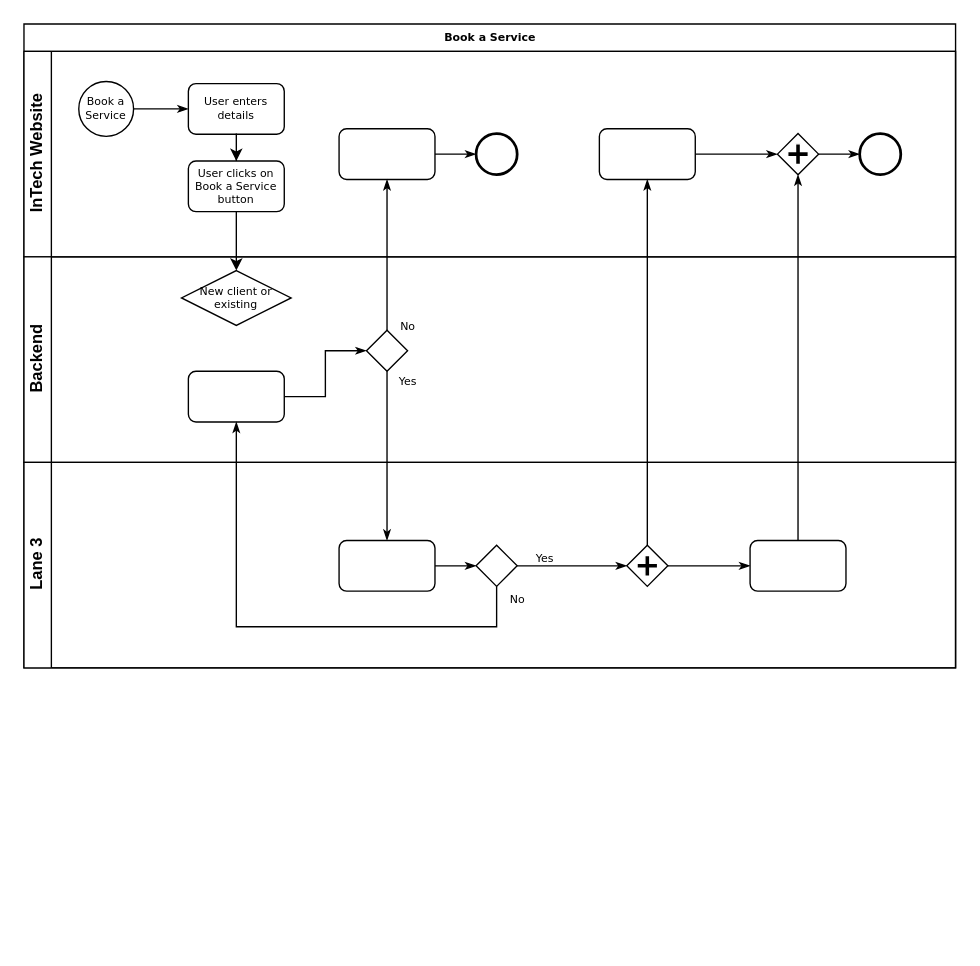
Srinithi-B/InTechDocumentation keeps this draw.io diagram as Untitled Diagram.drawio. Above is the earlier version. Source tidied: cells renumbered, new cells numbered last; positions are measured from the earlier drawing's top-left corner, leaving out a move shared by most shapes. Both pictures are drawn from the tidied source at 137%, with x=0, y=0 at pixel (23, 23).
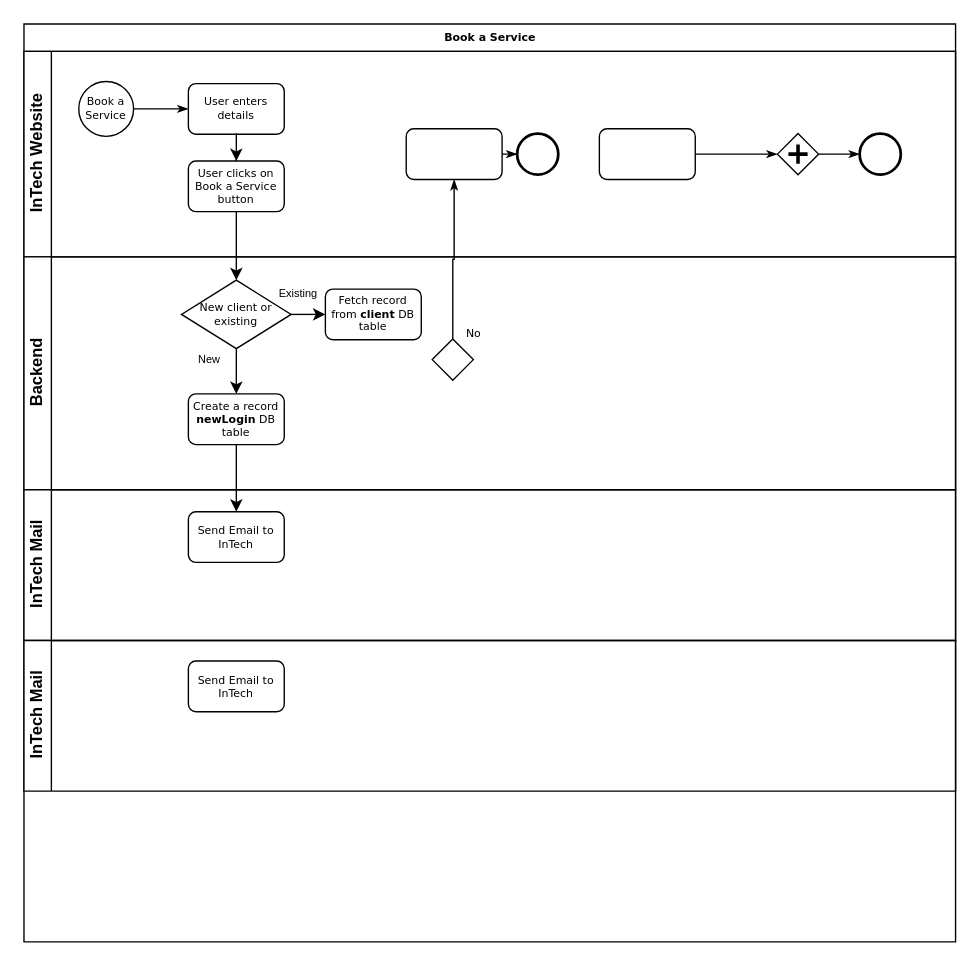
The same page after the edit.

The change refers to these unchanged cells:
```xml
<mxCell id="3" value="InTech Website" style="swimlane;html=1;startSize=20;horizontal=0;" parent="2" vertex="1">
  <mxGeometry y="20" width="680" height="150" as="geometry" />
</mxCell>
<mxCell id="12" style="rounded=1;whiteSpace=wrap;html=1;shadow=0;labelBackgroundColor=none;strokeWidth=1;fontFamily=Verdana;fontSize=8;align=center;" parent="3" vertex="1">
  <mxGeometry x="420" y="56.5" width="70" height="37" as="geometry" />
</mxCell>
<mxCell id="14" style="shape=mxgraph.bpmn.shape;html=1;verticalLabelPosition=bottom;labelBackgroundColor=#ffffff;verticalAlign=top;perimeter=rhombusPerimeter;background=gateway;outline=none;symbol=parallelGw;rounded=1;shadow=0;strokeWidth=1;fontFamily=Verdana;fontSize=8;align=center;" parent="3" vertex="1">
  <mxGeometry x="550" y="60" width="30" height="30" as="geometry" />
</mxCell>
```

Change to the diagram source:
```diff
@@
     <mxCell id="2" value="Book a Service" style="swimlane;html=1;horizontal=1;startSize=20;rounded=0;shadow=0;labelBackgroundColor=none;strokeWidth=1;fontFamily=Verdana;fontSize=8;align=center;" parent="1" vertex="1">
-      <mxGeometry width="680" height="470" as="geometry" />
+      <mxGeometry width="680" height="670" as="geometry" />
     </mxCell>
@@
     <mxCell id="9" style="rounded=1;whiteSpace=wrap;html=1;shadow=0;labelBackgroundColor=none;strokeWidth=1;fontFamily=Verdana;fontSize=8;align=center;" parent="3" vertex="1">
-      <mxGeometry x="230" y="56.5" width="70" height="37" as="geometry" />
+      <mxGeometry x="279" y="56.5" width="70" height="37" as="geometry" />
     </mxCell>
     <mxCell id="10" style="ellipse;whiteSpace=wrap;html=1;rounded=0;shadow=0;labelBackgroundColor=none;strokeWidth=2;fontFamily=Verdana;fontSize=8;align=center;" parent="3" vertex="1">
-      <mxGeometry x="330" y="60" width="30" height="30" as="geometry" />
+      <mxGeometry x="360" y="60" width="30" height="30" as="geometry" />
     </mxCell>
@@
     <mxCell id="18" value="Backend" style="swimlane;html=1;startSize=20;horizontal=0;" parent="2" vertex="1">
-      <mxGeometry y="170" width="680" height="150" as="geometry" />
+      <mxGeometry y="170" width="680" height="170" as="geometry" />
     </mxCell>
-    <mxCell id="19" style="edgeStyle=orthogonalEdgeStyle;rounded=0;html=1;labelBackgroundColor=none;startArrow=none;startFill=0;startSize=5;endArrow=classicThin;endFill=1;endSize=5;jettySize=auto;strokeWidth=1;fontFamily=Verdana;fontSize=8;" parent="18" edge="1" source="20" target="21">
-      <mxGeometry relative="1" as="geometry" />
-    </mxCell>
-    <mxCell id="20" style="rounded=1;whiteSpace=wrap;html=1;shadow=0;labelBackgroundColor=none;strokeWidth=1;fontFamily=Verdana;fontSize=8;align=center;" parent="18" vertex="1">
-      <mxGeometry x="120" y="83.5" width="70" height="37" as="geometry" />
+    <mxCell id="20" value="Create a record &lt;b&gt;newLogin&lt;/b&gt; DB table" style="rounded=1;whiteSpace=wrap;html=1;shadow=0;labelBackgroundColor=none;strokeWidth=1;fontFamily=Verdana;fontSize=8;align=center;" parent="18" vertex="1">
+      <mxGeometry x="120" y="100" width="70" height="37" as="geometry" />
     </mxCell>
     <mxCell id="21" style="strokeWidth=1;html=1;shape=mxgraph.flowchart.decision;whiteSpace=wrap;rounded=1;shadow=0;labelBackgroundColor=none;fontFamily=Verdana;fontSize=8;align=center;" parent="18" vertex="1">
-      <mxGeometry x="250" y="53.5" width="30" height="30" as="geometry" />
+      <mxGeometry x="298" y="60" width="30" height="30" as="geometry" />
     </mxCell>
+    <mxCell id="37" style="edgeStyle=orthogonalEdgeStyle;rounded=0;jettySize=auto;html=1;exitX=0.5;exitY=1;exitDx=0;exitDy=0;exitPerimeter=0;entryX=0.5;entryY=0;entryDx=0;entryDy=0;" parent="18" edge="1" source="22" target="20">
+      <mxGeometry relative="1" as="geometry" />
+    </mxCell>
+    <mxCell id="38" style="edgeStyle=orthogonalEdgeStyle;rounded=0;jettySize=auto;html=1;exitX=1;exitY=0.5;exitDx=0;exitDy=0;exitPerimeter=0;entryX=0;entryY=0.5;entryDx=0;entryDy=0;" parent="18" edge="1" source="22" target="40">
+      <mxGeometry relative="1" as="geometry" />
+    </mxCell>
     <mxCell id="22" value="New client or existing" style="strokeWidth=1;html=1;shape=mxgraph.flowchart.decision;whiteSpace=wrap;rounded=1;shadow=0;labelBackgroundColor=none;fontFamily=Verdana;fontSize=8;align=center;" parent="18" vertex="1">
-      <mxGeometry x="115" y="10" width="80" height="40" as="geometry" />
+      <mxGeometry x="115" y="17" width="80" height="50" as="geometry" />
     </mxCell>
+    <mxCell id="39" value="&lt;font style=&quot;font-size: 8px;&quot;&gt;New&lt;/font&gt;" style="text;html=1;align=center;verticalAlign=middle;strokeColor=none;fillColor=none;" parent="18" vertex="1">
+      <mxGeometry x="115" y="58.5" width="40" height="30" as="geometry" />
+    </mxCell>
+    <mxCell id="40" value="Fetch record from &lt;b&gt;client&lt;/b&gt; DB table" style="rounded=1;whiteSpace=wrap;html=1;shadow=0;labelBackgroundColor=none;strokeWidth=1;fontFamily=Verdana;fontSize=8;align=center;" parent="18" vertex="1">
+      <mxGeometry x="220" y="23.5" width="70" height="37" as="geometry" />
+    </mxCell>
-    <mxCell id="23" value="Lane 3" style="swimlane;html=1;startSize=20;horizontal=0;" parent="2" vertex="1">
-      <mxGeometry y="320" width="680" height="150" as="geometry" />
+    <mxCell id="23" value="InTech Mail" style="swimlane;html=1;startSize=20;horizontal=0;" parent="2" vertex="1">
+      <mxGeometry y="340" width="680" height="110" as="geometry" />
     </mxCell>
-    <mxCell id="24" style="edgeStyle=orthogonalEdgeStyle;rounded=0;html=1;labelBackgroundColor=none;startArrow=none;startFill=0;startSize=5;endArrow=classicThin;endFill=1;endSize=5;jettySize=auto;strokeWidth=1;fontFamily=Verdana;fontSize=8;" parent="23" edge="1" source="25" target="27">
-      <mxGeometry relative="1" as="geometry" />
-    </mxCell>
-    <mxCell id="25" style="rounded=1;whiteSpace=wrap;html=1;shadow=0;labelBackgroundColor=none;strokeWidth=1;fontFamily=Verdana;fontSize=8;align=center;" parent="23" vertex="1">
-      <mxGeometry x="230" y="57" width="70" height="37" as="geometry" />
-    </mxCell>
-    <mxCell id="26" value="Yes" style="edgeStyle=orthogonalEdgeStyle;rounded=0;html=1;entryX=0;entryY=0.5;labelBackgroundColor=none;startArrow=none;startFill=0;startSize=5;endArrow=classicThin;endFill=1;endSize=5;jettySize=auto;strokeWidth=1;fontFamily=Verdana;fontSize=8;" parent="23" edge="1" source="27" target="29">
-      <mxGeometry x="-0.5" y="6" relative="1" as="geometry" />
-    </mxCell>
-    <mxCell id="27" style="strokeWidth=1;html=1;shape=mxgraph.flowchart.decision;whiteSpace=wrap;rounded=1;shadow=0;labelBackgroundColor=none;fontFamily=Verdana;fontSize=8;align=center;" parent="23" vertex="1">
-      <mxGeometry x="330" y="60.5" width="30" height="30" as="geometry" />
-    </mxCell>
-    <mxCell id="28" style="edgeStyle=orthogonalEdgeStyle;rounded=0;html=1;labelBackgroundColor=none;startArrow=none;startFill=0;startSize=5;endArrow=classicThin;endFill=1;endSize=5;jettySize=auto;strokeColor=#000000;strokeWidth=1;fontFamily=Verdana;fontSize=8;fontColor=#000000;" parent="23" edge="1" source="29" target="30">
-      <mxGeometry relative="1" as="geometry" />
-    </mxCell>
-    <mxCell id="29" style="shape=mxgraph.bpmn.shape;html=1;verticalLabelPosition=bottom;labelBackgroundColor=#ffffff;verticalAlign=top;perimeter=rhombusPerimeter;background=gateway;outline=none;symbol=parallelGw;rounded=1;shadow=0;strokeWidth=1;fontFamily=Verdana;fontSize=8;align=center;" parent="23" vertex="1">
-      <mxGeometry x="440" y="60.5" width="30" height="30" as="geometry" />
-    </mxCell>
-    <mxCell id="30" style="rounded=1;whiteSpace=wrap;html=1;shadow=0;labelBackgroundColor=none;strokeWidth=1;fontFamily=Verdana;fontSize=8;align=center;" parent="23" vertex="1">
-      <mxGeometry x="530" y="57" width="70" height="37" as="geometry" />
-    </mxCell>
+    <mxCell id="41" value="Send Email to InTech" style="rounded=1;whiteSpace=wrap;html=1;shadow=0;labelBackgroundColor=none;strokeWidth=1;fontFamily=Verdana;fontSize=8;align=center;" parent="23" vertex="1">
+      <mxGeometry x="120" y="16" width="70" height="37" as="geometry" />
+    </mxCell>
@@
-    <mxCell id="32" value="Yes" style="edgeStyle=orthogonalEdgeStyle;rounded=0;html=1;labelBackgroundColor=none;startArrow=none;startFill=0;startSize=5;endArrow=classicThin;endFill=1;endSize=5;jettySize=auto;strokeWidth=1;fontFamily=Verdana;fontSize=8;" parent="2" edge="1" source="21" target="25">
-      <mxGeometry x="-0.89" y="15" relative="1" as="geometry" />
-    </mxCell>
-    <mxCell id="33" style="edgeStyle=orthogonalEdgeStyle;rounded=0;html=1;entryX=0.5;entryY=1;labelBackgroundColor=none;startArrow=none;startFill=0;startSize=5;endArrow=classicThin;endFill=1;endSize=5;jettySize=auto;strokeWidth=1;fontFamily=Verdana;fontSize=8;" parent="2" edge="1" source="30" target="14">
-      <mxGeometry relative="1" as="geometry" />
-    </mxCell>
-    <mxCell id="34" value="No" style="edgeStyle=orthogonalEdgeStyle;rounded=0;html=1;labelBackgroundColor=none;startArrow=none;startFill=0;startSize=5;endArrow=classicThin;endFill=1;endSize=5;jettySize=auto;strokeWidth=1;fontFamily=Verdana;fontSize=8;" parent="2" edge="1" source="27" target="20">
-      <mxGeometry x="-0.95" y="15" relative="1" as="geometry">
-        <Array as="points">
-          <mxPoint x="345" y="440" />
-          <mxPoint x="155" y="440" />
-        </Array>
-      </mxGeometry>
-    </mxCell>
-    <mxCell id="35" style="edgeStyle=orthogonalEdgeStyle;rounded=0;html=1;labelBackgroundColor=none;startArrow=none;startFill=0;startSize=5;endArrow=classicThin;endFill=1;endSize=5;jettySize=auto;strokeWidth=1;fontFamily=Verdana;fontSize=8;" parent="2" edge="1" source="29" target="12">
-      <mxGeometry relative="1" as="geometry" />
-    </mxCell>
@@
+    <mxCell id="42" style="edgeStyle=orthogonalEdgeStyle;rounded=0;jettySize=auto;html=1;exitX=0.5;exitY=1;exitDx=0;exitDy=0;" parent="2" edge="1" source="20" target="41">
+      <mxGeometry relative="1" as="geometry" />
+    </mxCell>
+    <mxCell id="43" value="InTech Mail" style="swimlane;html=1;startSize=20;horizontal=0;" parent="2" vertex="1">
+      <mxGeometry y="450" width="680" height="110" as="geometry" />
+    </mxCell>
+    <mxCell id="44" value="Send Email to InTech" style="rounded=1;whiteSpace=wrap;html=1;shadow=0;labelBackgroundColor=none;strokeWidth=1;fontFamily=Verdana;fontSize=8;align=center;" parent="43" vertex="1">
+      <mxGeometry x="120" y="15" width="70" height="37" as="geometry" />
+    </mxCell>
+    <mxCell id="45" value="&lt;font style=&quot;font-size: 8px;&quot;&gt;Existing&lt;/font&gt;" style="text;html=1;align=center;verticalAlign=middle;strokeColor=none;fillColor=none;" parent="1" vertex="1">
+      <mxGeometry x="175" y="181" width="50" height="30" as="geometry" />
+    </mxCell>
```
